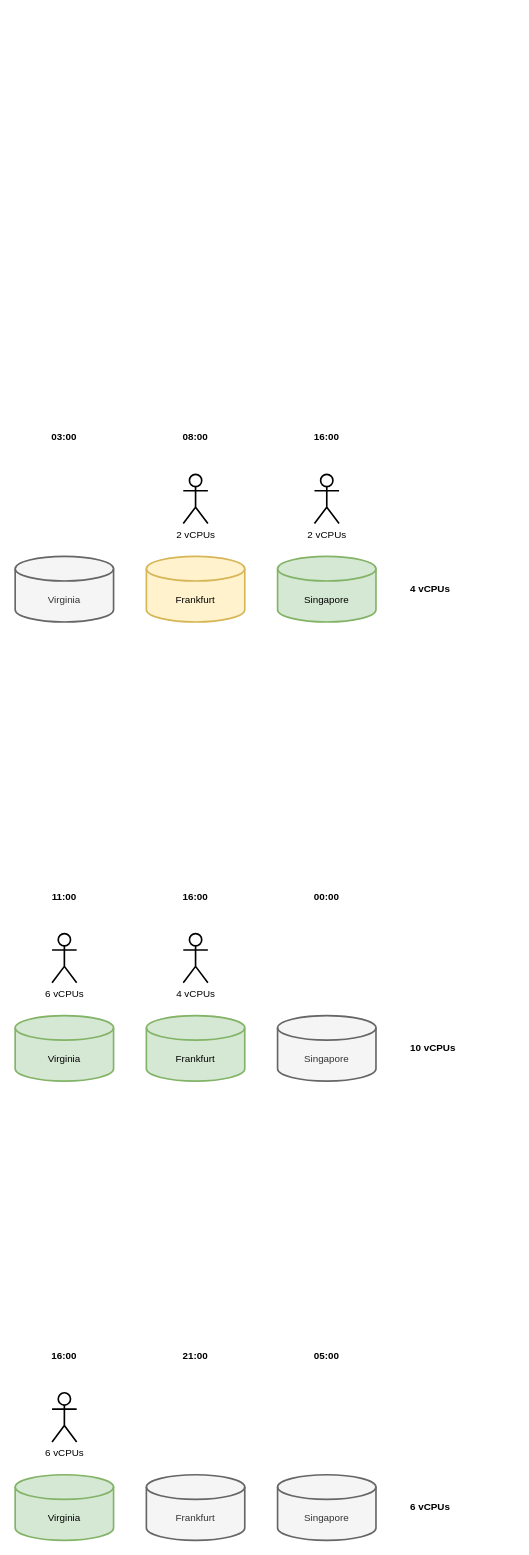
Before: cloud/standard/asymmetric-workloads/arch.drawio in cockroachdb/demo-video-code, a draw.io diagram. Source tidied: cells renumbered, new cells numbered last; positions are measured from the earlier drawing's top-left corner, leaving out a move shared by most shapes. Both pictures are drawn from the tidied source at 82%, with x=0, y=0 at pixel (15, 425).
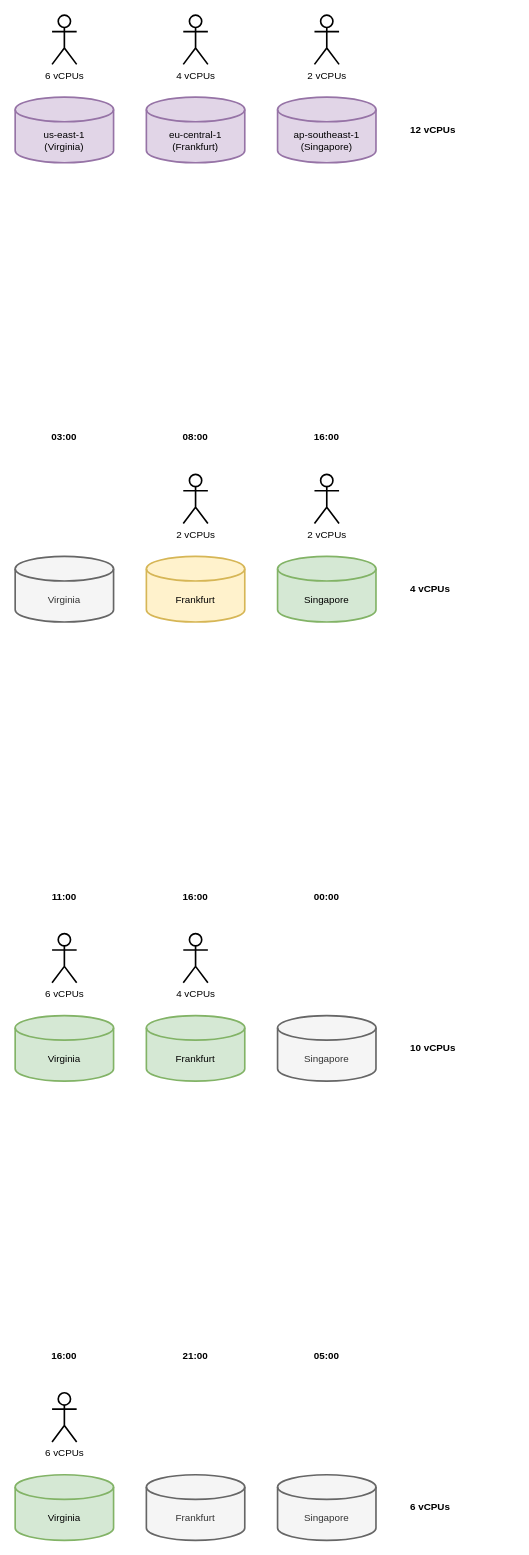
The same page after the edit.

What changed in the source:
```diff
@@
+    <mxCell id="28" value="&lt;div&gt;us-east-1&lt;/div&gt;(Virginia)" style="shape=cylinder3;whiteSpace=wrap;html=1;boundedLbl=1;backgroundOutline=1;size=15;strokeWidth=2;fillColor=#e1d5e7;strokeColor=#9673a6;" parent="1" vertex="1">
+      <mxGeometry y="-400" width="120" height="80" as="geometry" />
+    </mxCell>
+    <mxCell id="29" value="&lt;div&gt;eu-central-1&lt;/div&gt;(Frankfurt)" style="shape=cylinder3;whiteSpace=wrap;html=1;boundedLbl=1;backgroundOutline=1;size=15;strokeWidth=2;fillColor=#e1d5e7;strokeColor=#9673a6;" parent="1" vertex="1">
+      <mxGeometry x="160" y="-400" width="120" height="80" as="geometry" />
+    </mxCell>
+    <mxCell id="30" value="&lt;div&gt;ap-southeast-1&lt;/div&gt;(Singapore)" style="shape=cylinder3;whiteSpace=wrap;html=1;boundedLbl=1;backgroundOutline=1;size=15;strokeWidth=2;fillColor=#e1d5e7;strokeColor=#9673a6;" parent="1" vertex="1">
+      <mxGeometry x="320" y="-400" width="120" height="80" as="geometry" />
+    </mxCell>
+    <mxCell id="31" value="&lt;span style=&quot;color: rgb(0, 0, 0); font-family: Helvetica; font-size: 12px; font-style: normal; font-variant-ligatures: normal; font-variant-caps: normal; font-weight: 400; letter-spacing: normal; orphans: 2; text-align: center; text-indent: 0px; text-transform: none; widows: 2; word-spacing: 0px; -webkit-text-stroke-width: 0px; background-color: rgb(255, 255, 255); text-decoration-thickness: initial; text-decoration-style: initial; text-decoration-color: initial; float: none; display: inline !important;&quot;&gt;2 vCPUs&lt;/span&gt;" style="shape=umlActor;verticalLabelPosition=bottom;verticalAlign=top;html=1;strokeWidth=2;" parent="1" vertex="1">
+      <mxGeometry x="365" y="-500" width="30" height="60" as="geometry" />
+    </mxCell>
+    <mxCell id="32" value="&lt;span style=&quot;color: rgb(0, 0, 0); font-family: Helvetica; font-size: 12px; font-style: normal; font-variant-ligatures: normal; font-variant-caps: normal; font-weight: 400; letter-spacing: normal; orphans: 2; text-align: center; text-indent: 0px; text-transform: none; widows: 2; word-spacing: 0px; -webkit-text-stroke-width: 0px; background-color: rgb(255, 255, 255); text-decoration-thickness: initial; text-decoration-style: initial; text-decoration-color: initial; float: none; display: inline !important;&quot;&gt;4 vCPUs&lt;/span&gt;" style="shape=umlActor;verticalLabelPosition=bottom;verticalAlign=top;html=1;strokeWidth=2;" parent="1" vertex="1">
+      <mxGeometry x="205" y="-500" width="30" height="60" as="geometry" />
+    </mxCell>
+    <mxCell id="33" value="&lt;span style=&quot;color: rgb(0, 0, 0); font-family: Helvetica; font-size: 12px; font-style: normal; font-variant-ligatures: normal; font-variant-caps: normal; font-weight: 400; letter-spacing: normal; orphans: 2; text-align: center; text-indent: 0px; text-transform: none; widows: 2; word-spacing: 0px; -webkit-text-stroke-width: 0px; background-color: rgb(255, 255, 255); text-decoration-thickness: initial; text-decoration-style: initial; text-decoration-color: initial; float: none; display: inline !important;&quot;&gt;6 vCPUs&lt;/span&gt;" style="shape=umlActor;verticalLabelPosition=bottom;verticalAlign=top;html=1;strokeWidth=2;" parent="1" vertex="1">
+      <mxGeometry x="45" y="-500" width="30" height="60" as="geometry" />
+    </mxCell>
+    <mxCell id="34" value="12 vCPUs" style="text;html=1;strokeColor=none;fillColor=none;align=left;verticalAlign=middle;whiteSpace=wrap;rounded=0;strokeWidth=2;fontStyle=1;" parent="1" vertex="1">
+      <mxGeometry x="480" y="-375" width="130" height="30" as="geometry" />
+    </mxCell>
```
